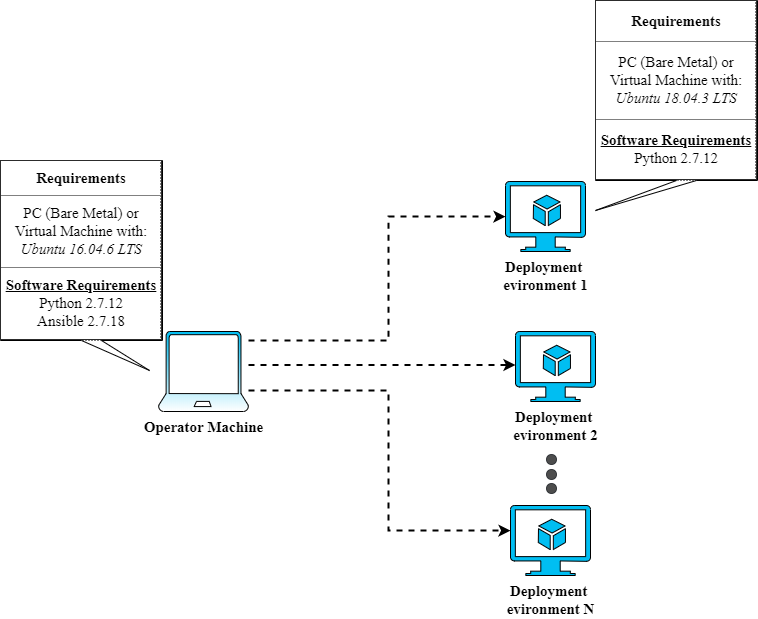
LABORA-INF-UFG/oaisim-free5gc-install keeps this draw.io diagram as images/environment_description.png. Above is the earlier version. Source tidied: cells renumbered, new cells last; positions are measured from the earlier drawing's top-left corner, leaving out a move shared by most shapes.
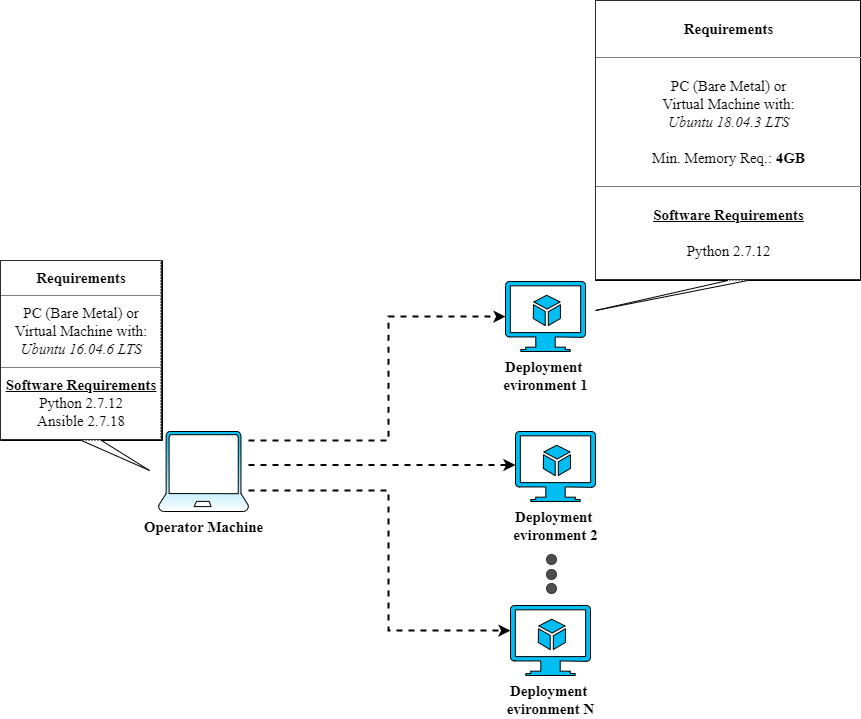
Above is the later version.

What changed in the source:
```diff
@@ -55,10 +55,10 @@
       <mxGeometry y="160" width="160" height="180" as="geometry" />
     </mxCell>
     <mxCell id="14" style="shape=callout;whiteSpace=wrap;html=1;perimeter=calloutPerimeter;shadow=0;strokeColor=#000000;fillColor=#FFFFFF;fontFamily=Times New Roman;fontSize=15;position2=0;" parent="1" vertex="1">
-      <mxGeometry x="595" width="162" height="210" as="geometry" />
+      <mxGeometry x="595" y="-100" width="265" height="310" as="geometry" />
     </mxCell>
-    <mxCell id="15" value="&lt;table border=&quot;1&quot; width=&quot;100%&quot; cellpadding=&quot;4&quot; style=&quot;width: 100% ; height: 100% ; border-collapse: collapse&quot;&gt;&lt;tbody&gt;&lt;tr&gt;&lt;th align=&quot;center&quot;&gt;&lt;b&gt;Requirements&lt;/b&gt;&lt;/th&gt;&lt;/tr&gt;&lt;tr&gt;&lt;td align=&quot;center&quot;&gt;PC (Bare Metal) or&lt;br&gt;Virtual Machine with:&lt;br&gt;&lt;i&gt;Ubuntu 18.04.3 LTS&lt;/i&gt;&lt;br&gt;&lt;/td&gt;&lt;/tr&gt;&lt;tr&gt;&lt;td align=&quot;center&quot;&gt;&lt;b&gt;&lt;u&gt;Software Requirements&lt;/u&gt;&lt;/b&gt;&lt;br&gt;Python 2.7.12&lt;br&gt;&lt;/td&gt;&lt;/tr&gt;&lt;/tbody&gt;&lt;/table&gt;" style="text;html=1;strokeColor=#000000;fillColor=none;overflow=fill;shadow=0;fontFamily=Times New Roman;fontSize=15;dashed=1;dashPattern=1 2;" parent="1" vertex="1">
-      <mxGeometry x="595" width="160" height="180" as="geometry" />
+    <mxCell id="15" value="&lt;table border=&quot;1&quot; width=&quot;100%&quot; cellpadding=&quot;4&quot; style=&quot;width: 100% ; height: 100% ; border-collapse: collapse&quot;&gt;&lt;tbody&gt;&lt;tr&gt;&lt;th align=&quot;center&quot;&gt;&lt;b&gt;Requirements&lt;/b&gt;&lt;/th&gt;&lt;/tr&gt;&lt;tr&gt;&lt;td align=&quot;center&quot;&gt;PC (Bare Metal) or&lt;br&gt;Virtual Machine with:&lt;br&gt;&lt;i&gt;Ubuntu 18.04.3 LTS&lt;br&gt;&lt;br&gt;&lt;/i&gt;Min. Memory Req.: &lt;b&gt;4GB&lt;/b&gt;&lt;br&gt;&lt;/td&gt;&lt;/tr&gt;&lt;tr&gt;&lt;td align=&quot;center&quot;&gt;&lt;b&gt;&lt;u&gt;Software Requirements&lt;br&gt;&lt;/u&gt;&lt;/b&gt;&lt;br&gt;Python 2.7.12&lt;br&gt;&lt;/td&gt;&lt;/tr&gt;&lt;/tbody&gt;&lt;/table&gt;" style="text;html=1;strokeColor=#000000;fillColor=none;overflow=fill;shadow=0;fontFamily=Times New Roman;fontSize=15;dashed=1;dashPattern=1 2;" parent="1" vertex="1">
+      <mxGeometry x="595" y="-100" width="265" height="280" as="geometry" />
     </mxCell>
   </root>
 </mxGraphModel>
```
